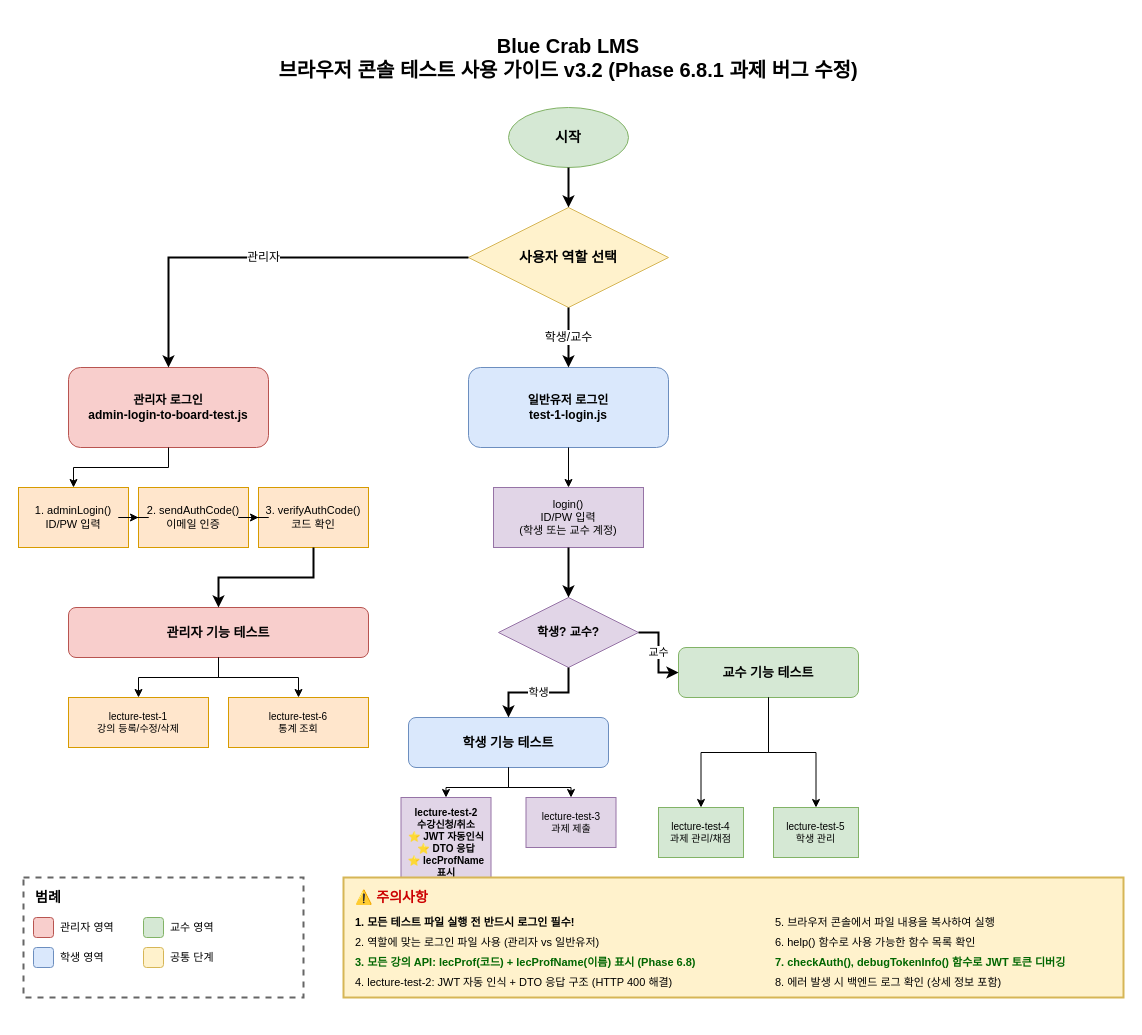
Before: backend/BlueCrab/docs/강의관련기능/브라우저콘솔테스트/usage-diagram.drawio in hooting76/blue-crab-lms, a draw.io diagram. Source tidied: cells renumbered, new cells numbered last; positions are measured from the earlier drawing's top-left corner, leaving out a move shared by most shapes. Both pictures are drawn from the tidied source at 100%, with x=0, y=0 at pixel (18, 27).
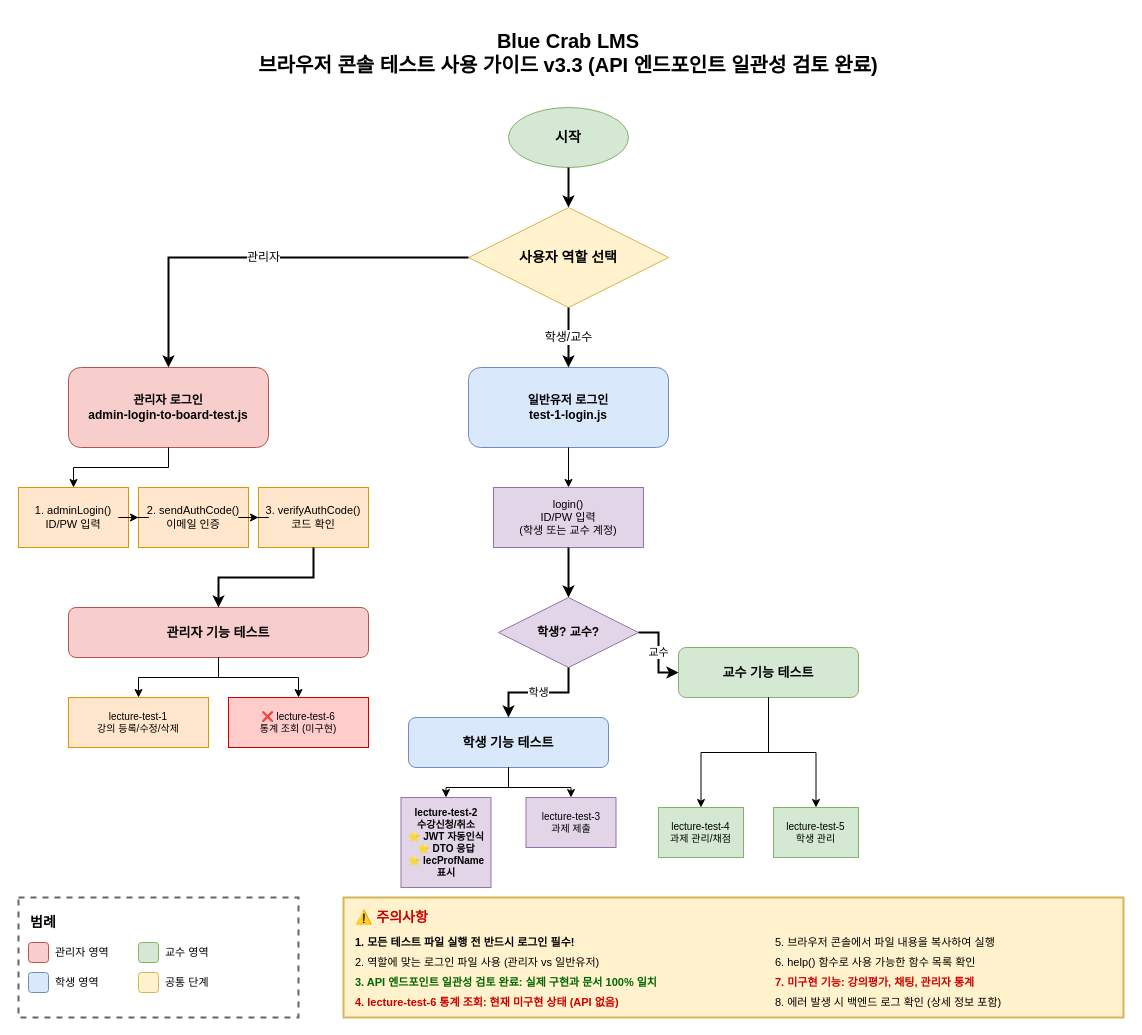
Above is the later version.

Commit message (it also covers changes not shown here):
다이어그램 업데이트.

Diff of the diagram source:
```diff
@@
-    <mxCell id="2" value="Blue Crab LMS&#10;브라우저 콘솔 테스트 사용 가이드 v3.2 (Phase 6.8.1 과제 버그 수정)" style="text;html=1;strokeColor=none;fillColor=default;align=center;verticalAlign=middle;whiteSpace=wrap;rounded=0;fontSize=20;fontStyle=1;" parent="1" vertex="1">
-      <mxGeometry x="250" width="600" height="60" as="geometry" />
+    <mxCell id="2" value="Blue Crab LMS&#10;브라우저 콘솔 테스트 사용 가이드 v3.3 (API 엔드포인트 일관성 검토 완료)" style="text;html=1;strokeColor=none;fillColor=default;align=center;verticalAlign=middle;whiteSpace=wrap;rounded=0;fontSize=20;fontStyle=1;" parent="1" vertex="1">
+      <mxGeometry x="220" y="-10" width="660" height="70" as="geometry" />
     </mxCell>
@@
-    <mxCell id="21" value="lecture-test-6&#10;통계 조회" style="rounded=0;whiteSpace=wrap;html=1;fillColor=#ffe6cc;strokeColor=#d79b00;fontSize=10;" parent="1" vertex="1">
+    <mxCell id="21" value="❌ lecture-test-6&#10;통계 조회 (미구현)" style="rounded=0;whiteSpace=wrap;html=1;fillColor=#ffcccc;strokeColor=#cc0000;fontSize=10;" parent="1" vertex="1">
       <mxGeometry x="210" y="670" width="140" height="50" as="geometry" />
     </mxCell>
@@
     <mxCell id="38" style="rounded=0;whiteSpace=wrap;html=1;fillColor=light-dark(#FFFFFF,#555555);strokeColor=#666666;strokeWidth=2;dashed=1;fontColor=light-dark(#000000,#000000);labelBackgroundColor=none;" parent="1" vertex="1">
-      <mxGeometry x="5" y="850" width="280" height="120" as="geometry" />
+      <mxGeometry y="870" width="280" height="120" as="geometry" />
     </mxCell>
     <mxCell id="39" value="범례" style="text;html=1;strokeColor=none;fillColor=none;align=left;verticalAlign=middle;whiteSpace=wrap;rounded=0;fontSize=14;fontStyle=1;" parent="1" vertex="1">
-      <mxGeometry x="15" y="855" width="60" height="30" as="geometry" />
+      <mxGeometry x="10" y="880" width="60" height="30" as="geometry" />
     </mxCell>
     <mxCell id="40" style="rounded=1;whiteSpace=wrap;html=1;fillColor=#f8cecc;strokeColor=#b85450;" parent="1" vertex="1">
-      <mxGeometry x="15" y="890" width="20" height="20" as="geometry" />
+      <mxGeometry x="10" y="915" width="20" height="20" as="geometry" />
     </mxCell>
     <mxCell id="41" value="관리자 영역" style="text;html=1;strokeColor=none;fillColor=none;align=left;verticalAlign=middle;whiteSpace=wrap;rounded=0;fontSize=11;" parent="1" vertex="1">
-      <mxGeometry x="40" y="887" width="80" height="26" as="geometry" />
+      <mxGeometry x="35" y="912" width="80" height="26" as="geometry" />
     </mxCell>
     <mxCell id="42" style="rounded=1;whiteSpace=wrap;html=1;fillColor=#dae8fc;strokeColor=#6c8ebf;" parent="1" vertex="1">
-      <mxGeometry x="15" y="920" width="20" height="20" as="geometry" />
+      <mxGeometry x="10" y="945" width="20" height="20" as="geometry" />
     </mxCell>
     <mxCell id="43" value="학생 영역" style="text;html=1;strokeColor=none;fillColor=none;align=left;verticalAlign=middle;whiteSpace=wrap;rounded=0;fontSize=11;" parent="1" vertex="1">
-      <mxGeometry x="40" y="917" width="80" height="26" as="geometry" />
+      <mxGeometry x="35" y="942" width="80" height="26" as="geometry" />
     </mxCell>
     <mxCell id="44" style="rounded=1;whiteSpace=wrap;html=1;fillColor=#d5e8d4;strokeColor=#82b366;" parent="1" vertex="1">
-      <mxGeometry x="125" y="890" width="20" height="20" as="geometry" />
+      <mxGeometry x="120" y="915" width="20" height="20" as="geometry" />
     </mxCell>
     <mxCell id="45" value="교수 영역" style="text;html=1;align=left;verticalAlign=middle;whiteSpace=wrap;rounded=0;fontSize=11;" parent="1" vertex="1">
-      <mxGeometry x="150" y="887" width="80" height="26" as="geometry" />
+      <mxGeometry x="145" y="912" width="80" height="26" as="geometry" />
     </mxCell>
     <mxCell id="46" style="rounded=1;whiteSpace=wrap;html=1;fillColor=#fff2cc;strokeColor=#d6b656;" parent="1" vertex="1">
-      <mxGeometry x="125" y="920" width="20" height="20" as="geometry" />
+      <mxGeometry x="120" y="945" width="20" height="20" as="geometry" />
     </mxCell>
     <mxCell id="47" value="공통 단계" style="text;html=1;strokeColor=none;fillColor=none;align=left;verticalAlign=middle;whiteSpace=wrap;rounded=0;fontSize=11;" parent="1" vertex="1">
-      <mxGeometry x="150" y="917" width="80" height="26" as="geometry" />
+      <mxGeometry x="145" y="942" width="80" height="26" as="geometry" />
     </mxCell>
     <mxCell id="48" style="rounded=0;whiteSpace=wrap;html=1;fillColor=#fff2cc;strokeColor=#d6b656;strokeWidth=2;" parent="1" vertex="1">
-      <mxGeometry x="325" y="850" width="780" height="120" as="geometry" />
+      <mxGeometry x="325" y="870" width="780" height="120" as="geometry" />
     </mxCell>
     <mxCell id="49" value="⚠️ 주의사항" style="text;html=1;strokeColor=none;fillColor=none;align=left;verticalAlign=middle;whiteSpace=wrap;rounded=0;fontSize=14;fontStyle=1;fontColor=#CC0000;" parent="1" vertex="1">
-      <mxGeometry x="335" y="855" width="120" height="30" as="geometry" />
+      <mxGeometry x="335" y="875" width="120" height="30" as="geometry" />
     </mxCell>
     <mxCell id="50" value="1. 모든 테스트 파일 실행 전 반드시 로그인 필수!" style="text;html=1;strokeColor=none;fillColor=none;align=left;verticalAlign=middle;whiteSpace=wrap;rounded=0;fontSize=11;fontStyle=1;" parent="1" vertex="1">
-      <mxGeometry x="335" y="885" width="350" height="20" as="geometry" />
+      <mxGeometry x="335" y="905" width="350" height="20" as="geometry" />
     </mxCell>
     <mxCell id="51" value="2. 역할에 맞는 로그인 파일 사용 (관리자 vs 일반유저)" style="text;html=1;strokeColor=none;fillColor=none;align=left;verticalAlign=middle;whiteSpace=wrap;rounded=0;fontSize=11;" parent="1" vertex="1">
-      <mxGeometry x="335" y="905" width="400" height="20" as="geometry" />
+      <mxGeometry x="335" y="925" width="400" height="20" as="geometry" />
     </mxCell>
-    <mxCell id="52" value="3. 모든 강의 API: lecProf(코드) + lecProfName(이름) 표시 (Phase 6.8)" style="text;html=1;strokeColor=none;fillColor=none;align=left;verticalAlign=middle;whiteSpace=wrap;rounded=0;fontSize=11;fontStyle=1;fontColor=#006600;" parent="1" vertex="1">
-      <mxGeometry x="335" y="925" width="450" height="20" as="geometry" />
+    <mxCell id="52" value="3. API 엔드포인트 일관성 검토 완료: 실제 구현과 문서 100% 일치" style="text;html=1;strokeColor=none;fillColor=none;align=left;verticalAlign=middle;whiteSpace=wrap;rounded=0;fontSize=11;fontStyle=1;fontColor=#006600;" parent="1" vertex="1">
+      <mxGeometry x="335" y="945" width="450" height="20" as="geometry" />
     </mxCell>
-    <mxCell id="53" value="4. lecture-test-2: JWT 자동 인식 + DTO 응답 구조 (HTTP 400 해결)" style="text;html=1;strokeColor=none;fillColor=none;align=left;verticalAlign=middle;whiteSpace=wrap;rounded=0;fontSize=11;" parent="1" vertex="1">
-      <mxGeometry x="335" y="945" width="450" height="20" as="geometry" />
+    <mxCell id="53" value="4. lecture-test-6 통계 조회: 현재 미구현 상태 (API 없음)" style="text;html=1;strokeColor=none;fillColor=none;align=left;verticalAlign=middle;whiteSpace=wrap;rounded=0;fontSize=11;fontColor=#cc0000;fontStyle=1;" parent="1" vertex="1">
+      <mxGeometry x="335" y="965" width="450" height="20" as="geometry" />
     </mxCell>
     <mxCell id="54" value="5. 브라우저 콘솔에서 파일 내용을 복사하여 실행" style="text;html=1;strokeColor=none;fillColor=none;align=left;verticalAlign=middle;whiteSpace=wrap;rounded=0;fontSize=11;" parent="1" vertex="1">
-      <mxGeometry x="755" y="885" width="330" height="20" as="geometry" />
+      <mxGeometry x="755" y="905" width="330" height="20" as="geometry" />
     </mxCell>
     <mxCell id="55" value="6. help() 함수로 사용 가능한 함수 목록 확인" style="text;html=1;strokeColor=none;fillColor=none;align=left;verticalAlign=middle;whiteSpace=wrap;rounded=0;fontSize=11;" parent="1" vertex="1">
-      <mxGeometry x="755" y="905" width="330" height="20" as="geometry" />
+      <mxGeometry x="755" y="925" width="330" height="20" as="geometry" />
     </mxCell>
-    <mxCell id="56" value="7. checkAuth(), debugTokenInfo() 함수로 JWT 토큰 디버깅" style="text;html=1;strokeColor=none;fillColor=none;align=left;verticalAlign=middle;whiteSpace=wrap;rounded=0;fontSize=11;fontColor=#006600;fontStyle=1;" parent="1" vertex="1">
-      <mxGeometry x="755" y="925" width="340" height="20" as="geometry" />
+    <mxCell id="56" value="7. 미구현 기능: 강의평가, 채팅, 관리자 통계" style="text;html=1;strokeColor=none;fillColor=none;align=left;verticalAlign=middle;whiteSpace=wrap;rounded=0;fontSize=11;fontColor=#cc0000;fontStyle=1;" parent="1" vertex="1">
+      <mxGeometry x="755" y="945" width="340" height="20" as="geometry" />
     </mxCell>
     <mxCell id="57" value="8. 에러 발생 시 백엔드 로그 확인 (상세 정보 포함)" style="text;html=1;strokeColor=none;fillColor=none;align=left;verticalAlign=middle;whiteSpace=wrap;rounded=0;fontSize=11;" parent="1" vertex="1">
-      <mxGeometry x="755" y="945" width="340" height="20" as="geometry" />
+      <mxGeometry x="755" y="965" width="340" height="20" as="geometry" />
     </mxCell>
```
